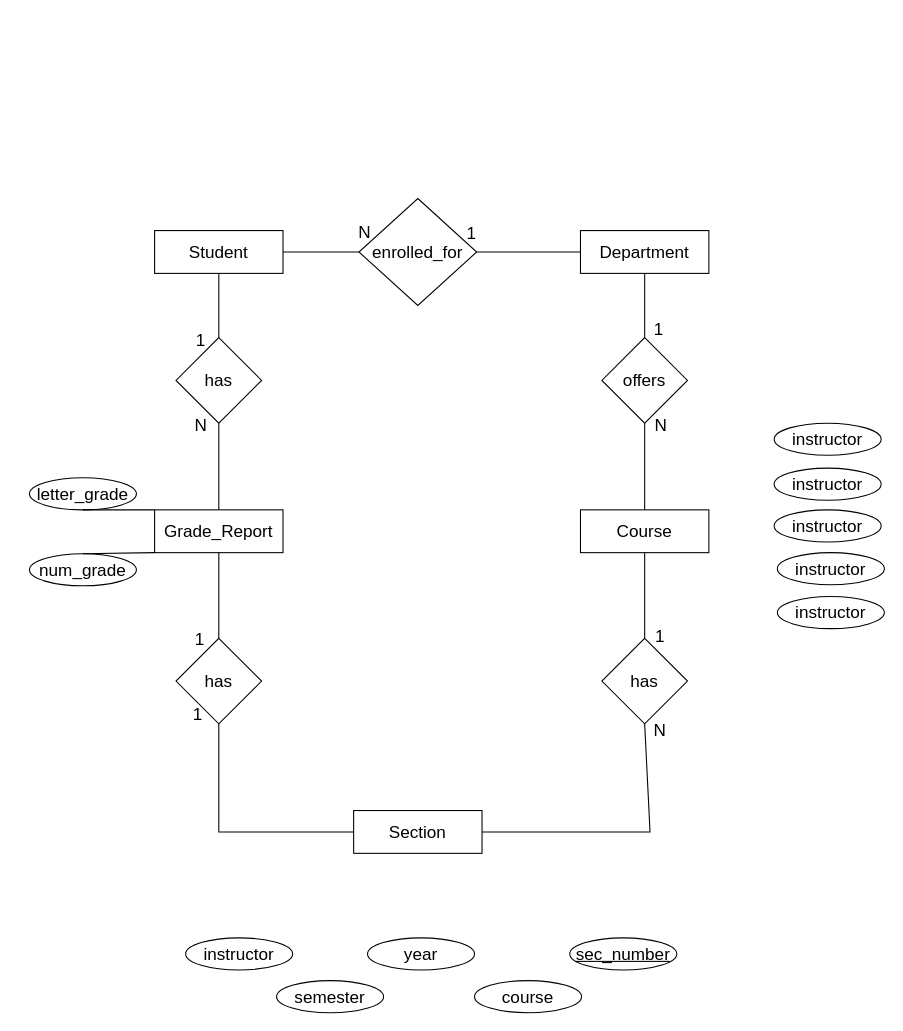
The draw.io diagram Untitled Diagram.drawio in AishwaryaBartakke/rails, before the edit. Source tidied: cells renumbered, new cells numbered last; positions are measured from the earlier drawing's top-left corner, leaving out a move shared by most shapes. Both pictures are drawn from the tidied source at 107%, with x=0, y=0 at pixel (29, 198).
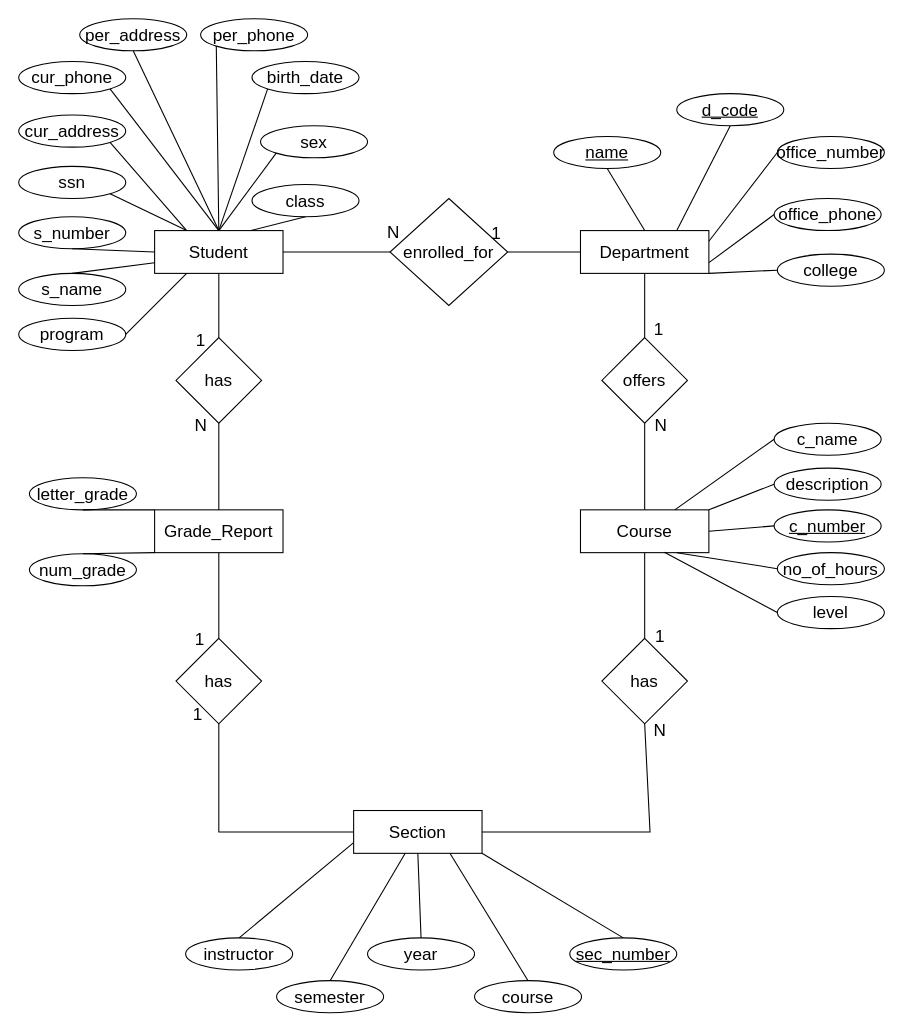
The same page after the edit.

Unchanged cells that the change refers to:
```xml
<mxCell id="3" value="Department" style="rounded=0;whiteSpace=wrap;html=1;fontSize=16;" parent="1" vertex="1">
  <mxGeometry x="515" y="30" width="120" height="40" as="geometry" />
</mxCell>
<mxCell id="5" value="Course" style="rounded=0;whiteSpace=wrap;html=1;fontSize=16;" parent="1" vertex="1">
  <mxGeometry x="515" y="291" width="120" height="40" as="geometry" />
</mxCell>
<mxCell id="6" value="Section" style="rounded=0;whiteSpace=wrap;html=1;fontSize=16;" parent="1" vertex="1">
  <mxGeometry x="303" y="572" width="120" height="40" as="geometry" />
</mxCell>
<mxCell id="9" value="has" style="rhombus;whiteSpace=wrap;html=1;fontSize=16;rounded=0;" parent="1" vertex="1">
  <mxGeometry x="137" y="130" width="80" height="80" as="geometry" />
</mxCell>
<mxCell id="36" value="instructor" style="ellipse;whiteSpace=wrap;html=1;fontSize=16;" parent="1" vertex="1">
  <mxGeometry x="146" y="691" width="100" height="30" as="geometry" />
</mxCell>
<mxCell id="37" value="semester" style="ellipse;whiteSpace=wrap;html=1;fontSize=16;" parent="1" vertex="1">
  <mxGeometry x="231" y="731" width="100" height="30" as="geometry" />
</mxCell>
<mxCell id="38" value="course" style="ellipse;whiteSpace=wrap;html=1;fontSize=16;" parent="1" vertex="1">
  <mxGeometry x="416" y="731" width="100" height="30" as="geometry" />
</mxCell>
<mxCell id="39" value="year" style="ellipse;whiteSpace=wrap;html=1;fontSize=16;" parent="1" vertex="1">
  <mxGeometry x="316" y="691" width="100" height="30" as="geometry" />
</mxCell>
<mxCell id="40" value="&lt;u&gt;sec_number&lt;/u&gt;" style="ellipse;whiteSpace=wrap;html=1;fontSize=16;" parent="1" vertex="1">
  <mxGeometry x="505" y="691" width="100" height="30" as="geometry" />
</mxCell>
```

What changed in the source:
```diff
@@
-    <mxCell id="2" value="Student" style="rounded=0;whiteSpace=wrap;html=1;fontSize=16;" parent="1" vertex="1">
+    <mxCell id="2" value="Student" style="rounded=0;whiteSpace=wrap;html=1;fontSize=16;fontStyle=0;" parent="1" vertex="1">
       <mxGeometry x="117" y="30" width="120" height="40" as="geometry" />
     </mxCell>
@@
     <mxCell id="11" value="enrolled_for" style="rhombus;whiteSpace=wrap;html=1;fontSize=16;rounded=0;" parent="1" vertex="1">
-      <mxGeometry x="308" width="110" height="100" as="geometry" />
+      <mxGeometry x="337" width="110" height="100" as="geometry" />
     </mxCell>
@@
-    <mxCell id="14" style="endArrow=none;html=1;rounded=0;fontSize=16;entryX=0.5;entryY=1;entryDx=0;entryDy=0;exitX=0.5;exitY=0;exitDx=0;exitDy=0;" parent="1" edge="1" source="9" target="2">
+    <mxCell id="14" style="endArrow=none;html=1;rounded=0;fontSize=16;entryX=0.5;entryY=1;entryDx=0;entryDy=0;exitX=0.5;exitY=0;exitDx=0;exitDy=0;fontStyle=0;" parent="1" edge="1" source="9" target="2">
       <mxGeometry relative="1" as="geometry" />
     </mxCell>
@@
     <mxCell id="22" value="1" style="text;html=1;align=center;verticalAlign=middle;strokeColor=none;fillColor=none;fontSize=16;" parent="1" vertex="1">
-      <mxGeometry x="403" y="22" width="20" height="20" as="geometry" />
+      <mxGeometry x="426" y="22" width="20" height="20" as="geometry" />
     </mxCell>
     <mxCell id="23" value="N" style="text;html=1;align=center;verticalAlign=middle;strokeColor=none;fillColor=none;fontSize=16;" parent="1" vertex="1">
-      <mxGeometry x="298" y="21" width="30" height="20" as="geometry" />
+      <mxGeometry x="325" y="21" width="30" height="20" as="geometry" />
     </mxCell>
@@
-    <mxCell id="41" value="instructor" style="ellipse;whiteSpace=wrap;html=1;fontSize=16;" parent="1" vertex="1">
+    <mxCell id="41" value="no_of_hours" style="ellipse;whiteSpace=wrap;html=1;fontSize=16;" parent="1" vertex="1">
       <mxGeometry x="699" y="331" width="100" height="30" as="geometry" />
     </mxCell>
-    <mxCell id="42" value="instructor" style="ellipse;whiteSpace=wrap;html=1;fontSize=16;" parent="1" vertex="1">
+    <mxCell id="42" value="level" style="ellipse;whiteSpace=wrap;html=1;fontSize=16;" parent="1" vertex="1">
       <mxGeometry x="699" y="372" width="100" height="30" as="geometry" />
     </mxCell>
-    <mxCell id="43" value="instructor" style="ellipse;whiteSpace=wrap;html=1;fontSize=16;" parent="1" vertex="1">
+    <mxCell id="43" value="&lt;u&gt;c_number&lt;/u&gt;" style="ellipse;whiteSpace=wrap;html=1;fontSize=16;" parent="1" vertex="1">
       <mxGeometry x="696" y="291" width="100" height="30" as="geometry" />
     </mxCell>
-    <mxCell id="44" value="instructor" style="ellipse;whiteSpace=wrap;html=1;fontSize=16;" parent="1" vertex="1">
+    <mxCell id="44" value="description" style="ellipse;whiteSpace=wrap;html=1;fontSize=16;" parent="1" vertex="1">
       <mxGeometry x="696" y="252" width="100" height="30" as="geometry" />
     </mxCell>
-    <mxCell id="45" value="instructor" style="ellipse;whiteSpace=wrap;html=1;fontSize=16;" parent="1" vertex="1">
+    <mxCell id="45" value="c_name" style="ellipse;whiteSpace=wrap;html=1;fontSize=16;" parent="1" vertex="1">
       <mxGeometry x="696" y="210" width="100" height="30" as="geometry" />
     </mxCell>
+    <mxCell id="46" value="college" style="ellipse;whiteSpace=wrap;html=1;fontSize=16;" parent="1" vertex="1">
+      <mxGeometry x="699" y="52" width="100" height="30" as="geometry" />
+    </mxCell>
+    <mxCell id="47" value="&lt;u&gt;d_code&lt;/u&gt;" style="ellipse;whiteSpace=wrap;html=1;fontSize=16;" parent="1" vertex="1">
+      <mxGeometry x="605" y="-98" width="100" height="30" as="geometry" />
+    </mxCell>
+    <mxCell id="48" value="&lt;u&gt;name&lt;/u&gt;" style="ellipse;whiteSpace=wrap;html=1;fontSize=16;" parent="1" vertex="1">
+      <mxGeometry x="490" y="-58" width="100" height="30" as="geometry" />
+    </mxCell>
+    <mxCell id="49" value="office_number" style="ellipse;whiteSpace=wrap;html=1;fontSize=16;" parent="1" vertex="1">
+      <mxGeometry x="699" y="-58" width="100" height="30" as="geometry" />
+    </mxCell>
+    <mxCell id="50" value="office_phone" style="ellipse;whiteSpace=wrap;html=1;fontSize=16;" parent="1" vertex="1">
+      <mxGeometry x="696" width="100" height="30" as="geometry" />
+    </mxCell>
+    <mxCell id="51" value="s_name" style="ellipse;whiteSpace=wrap;html=1;fontSize=16;fontStyle=0;" parent="1" vertex="1">
+      <mxGeometry x="-10" y="70" width="100" height="30" as="geometry" />
+    </mxCell>
+    <mxCell id="52" value="&lt;span&gt;class&lt;/span&gt;" style="ellipse;whiteSpace=wrap;html=1;fontSize=16;fontStyle=0;" parent="1" vertex="1">
+      <mxGeometry x="208" y="-13" width="100" height="30" as="geometry" />
+    </mxCell>
+    <mxCell id="53" value="&lt;span&gt;per_phone&lt;/span&gt;" style="ellipse;whiteSpace=wrap;html=1;fontSize=16;fontStyle=0;" parent="1" vertex="1">
+      <mxGeometry x="160" y="-168" width="100" height="30" as="geometry" />
+    </mxCell>
+    <mxCell id="54" value="&lt;span&gt;sex&lt;/span&gt;" style="ellipse;whiteSpace=wrap;html=1;fontSize=16;fontStyle=0;" parent="1" vertex="1">
+      <mxGeometry x="216" y="-68" width="100" height="30" as="geometry" />
+    </mxCell>
+    <mxCell id="55" value="&lt;span&gt;birth_date&lt;/span&gt;" style="ellipse;whiteSpace=wrap;html=1;fontSize=16;fontStyle=0;" parent="1" vertex="1">
+      <mxGeometry x="208" y="-128" width="100" height="30" as="geometry" />
+    </mxCell>
+    <mxCell id="56" value="&lt;span&gt;per_address&lt;/span&gt;" style="ellipse;whiteSpace=wrap;html=1;fontSize=16;fontStyle=0;" parent="1" vertex="1">
+      <mxGeometry x="47" y="-168" width="100" height="30" as="geometry" />
+    </mxCell>
+    <mxCell id="57" value="&lt;span&gt;cur_phone&lt;/span&gt;" style="ellipse;whiteSpace=wrap;html=1;fontSize=16;fontStyle=0;" parent="1" vertex="1">
+      <mxGeometry x="-10" y="-128" width="100" height="30" as="geometry" />
+    </mxCell>
+    <mxCell id="58" value="&lt;span&gt;cur_address&lt;/span&gt;" style="ellipse;whiteSpace=wrap;html=1;fontSize=16;fontStyle=0;" parent="1" vertex="1">
+      <mxGeometry x="-10" y="-78" width="100" height="30" as="geometry" />
+    </mxCell>
+    <mxCell id="59" value="&lt;span&gt;ssn&lt;/span&gt;" style="ellipse;whiteSpace=wrap;html=1;fontSize=16;fontStyle=0;" parent="1" vertex="1">
+      <mxGeometry x="-10" y="-30" width="100" height="30" as="geometry" />
+    </mxCell>
+    <mxCell id="60" value="&lt;span&gt;s_number&lt;/span&gt;" style="ellipse;whiteSpace=wrap;html=1;fontSize=16;fontStyle=0;" parent="1" vertex="1">
+      <mxGeometry x="-10" y="17" width="100" height="30" as="geometry" />
+    </mxCell>
+    <mxCell id="61" style="endArrow=none;html=1;rounded=0;fontSize=16;exitX=0;exitY=0.5;exitDx=0;exitDy=0;" parent="1" edge="1" source="45" target="5">
+      <mxGeometry relative="1" as="geometry" />
+    </mxCell>
+    <mxCell id="62" style="endArrow=none;html=1;rounded=0;fontSize=16;entryX=0.5;entryY=1;entryDx=0;entryDy=0;exitX=0.75;exitY=0;exitDx=0;exitDy=0;" parent="1" edge="1" source="3" target="47">
+      <mxGeometry relative="1" as="geometry" />
+    </mxCell>
+    <mxCell id="63" style="endArrow=none;html=1;rounded=0;fontSize=16;entryX=0;entryY=0.5;entryDx=0;entryDy=0;exitX=1;exitY=0.25;exitDx=0;exitDy=0;" parent="1" edge="1" source="3" target="49">
+      <mxGeometry relative="1" as="geometry" />
+    </mxCell>
+    <mxCell id="64" style="endArrow=none;html=1;rounded=0;fontSize=16;entryX=0;entryY=0.5;entryDx=0;entryDy=0;exitX=1;exitY=0.75;exitDx=0;exitDy=0;" parent="1" edge="1" source="3" target="50">
+      <mxGeometry relative="1" as="geometry" />
+    </mxCell>
+    <mxCell id="65" style="endArrow=none;html=1;rounded=0;fontSize=16;entryX=0;entryY=0.5;entryDx=0;entryDy=0;exitX=1;exitY=1;exitDx=0;exitDy=0;" parent="1" edge="1" source="3" target="46">
+      <mxGeometry relative="1" as="geometry" />
+    </mxCell>
+    <mxCell id="66" style="endArrow=none;html=1;rounded=0;fontSize=16;exitX=0.5;exitY=0;exitDx=0;exitDy=0;entryX=1;entryY=1;entryDx=0;entryDy=0;" parent="1" edge="1" source="40" target="6">
+      <mxGeometry relative="1" as="geometry" />
+    </mxCell>
+    <mxCell id="67" style="endArrow=none;html=1;rounded=0;fontSize=16;exitX=0.5;exitY=0;exitDx=0;exitDy=0;entryX=0.75;entryY=1;entryDx=0;entryDy=0;" parent="1" edge="1" source="38" target="6">
+      <mxGeometry relative="1" as="geometry" />
+    </mxCell>
+    <mxCell id="68" style="endArrow=none;html=1;rounded=0;fontSize=16;exitX=0.5;exitY=0;exitDx=0;exitDy=0;entryX=0.5;entryY=1;entryDx=0;entryDy=0;" parent="1" edge="1" source="39" target="6">
+      <mxGeometry relative="1" as="geometry" />
+    </mxCell>
+    <mxCell id="69" style="endArrow=none;html=1;rounded=0;fontSize=16;exitX=0.5;exitY=0;exitDx=0;exitDy=0;" parent="1" edge="1" source="37" target="6">
+      <mxGeometry relative="1" as="geometry" />
+    </mxCell>
+    <mxCell id="70" style="endArrow=none;html=1;rounded=0;fontSize=16;exitX=0.5;exitY=0;exitDx=0;exitDy=0;entryX=0;entryY=0.75;entryDx=0;entryDy=0;" parent="1" edge="1" source="36" target="6">
+      <mxGeometry relative="1" as="geometry" />
+    </mxCell>
+    <mxCell id="71" style="endArrow=none;html=1;rounded=0;fontSize=16;entryX=0;entryY=0.5;entryDx=0;entryDy=0;exitX=1;exitY=0;exitDx=0;exitDy=0;" parent="1" edge="1" source="5" target="44">
+      <mxGeometry relative="1" as="geometry" />
+    </mxCell>
+    <mxCell id="72" style="endArrow=none;html=1;rounded=0;fontSize=16;exitX=1;exitY=0.5;exitDx=0;exitDy=0;entryX=0;entryY=0.5;entryDx=0;entryDy=0;" parent="1" edge="1" source="5" target="43">
+      <mxGeometry relative="1" as="geometry" />
+    </mxCell>
+    <mxCell id="73" style="endArrow=none;html=1;rounded=0;fontSize=16;entryX=0;entryY=0.5;entryDx=0;entryDy=0;exitX=0.75;exitY=1;exitDx=0;exitDy=0;" parent="1" edge="1" source="5" target="41">
+      <mxGeometry relative="1" as="geometry" />
+    </mxCell>
+    <mxCell id="74" style="endArrow=none;html=1;rounded=0;fontSize=16;entryX=0;entryY=0.5;entryDx=0;entryDy=0;exitX=0.653;exitY=0.992;exitDx=0;exitDy=0;exitPerimeter=0;" parent="1" edge="1" source="5" target="42">
+      <mxGeometry relative="1" as="geometry" />
+    </mxCell>
+    <mxCell id="75" style="endArrow=none;html=1;rounded=0;fontSize=16;exitX=0.5;exitY=0;exitDx=0;exitDy=0;entryX=0;entryY=0.75;entryDx=0;entryDy=0;fontStyle=0;" parent="1" edge="1" source="51" target="2">
+      <mxGeometry relative="1" as="geometry" />
+    </mxCell>
+    <mxCell id="76" style="endArrow=none;html=1;rounded=0;fontSize=16;exitX=0.5;exitY=1;exitDx=0;exitDy=0;entryX=0;entryY=0.5;entryDx=0;entryDy=0;fontStyle=0;" parent="1" edge="1" source="60" target="2">
+      <mxGeometry relative="1" as="geometry" />
+    </mxCell>
+    <mxCell id="77" style="endArrow=none;html=1;rounded=0;fontSize=16;exitX=1;exitY=1;exitDx=0;exitDy=0;entryX=0.25;entryY=0;entryDx=0;entryDy=0;fontStyle=0;" parent="1" edge="1" source="59" target="2">
+      <mxGeometry relative="1" as="geometry" />
+    </mxCell>
+    <mxCell id="78" style="endArrow=none;html=1;rounded=0;fontSize=16;exitX=1;exitY=1;exitDx=0;exitDy=0;entryX=0.25;entryY=0;entryDx=0;entryDy=0;fontStyle=0;" parent="1" edge="1" source="58" target="2">
+      <mxGeometry relative="1" as="geometry" />
+    </mxCell>
+    <mxCell id="79" style="endArrow=none;html=1;rounded=0;fontSize=16;entryX=1;entryY=1;entryDx=0;entryDy=0;exitX=0.5;exitY=0;exitDx=0;exitDy=0;fontStyle=0;" parent="1" edge="1" source="2" target="57">
+      <mxGeometry relative="1" as="geometry" />
+    </mxCell>
+    <mxCell id="80" style="endArrow=none;html=1;rounded=0;fontSize=16;entryX=0.5;entryY=1;entryDx=0;entryDy=0;exitX=0.75;exitY=0;exitDx=0;exitDy=0;fontStyle=0;" parent="1" edge="1" source="2" target="52">
+      <mxGeometry relative="1" as="geometry" />
+    </mxCell>
+    <mxCell id="81" style="endArrow=none;html=1;rounded=0;fontSize=16;entryX=0;entryY=1;entryDx=0;entryDy=0;exitX=0.5;exitY=0;exitDx=0;exitDy=0;fontStyle=0;" parent="1" edge="1" source="2" target="54">
+      <mxGeometry relative="1" as="geometry" />
+    </mxCell>
+    <mxCell id="82" style="endArrow=none;html=1;rounded=0;fontSize=16;entryX=0;entryY=1;entryDx=0;entryDy=0;exitX=0.5;exitY=0;exitDx=0;exitDy=0;fontStyle=0;" parent="1" edge="1" source="2" target="55">
+      <mxGeometry relative="1" as="geometry" />
+    </mxCell>
+    <mxCell id="83" style="endArrow=none;html=1;rounded=0;fontSize=16;entryX=0;entryY=1;entryDx=0;entryDy=0;exitX=0.5;exitY=0;exitDx=0;exitDy=0;fontStyle=0;" parent="1" edge="1" source="2" target="53">
+      <mxGeometry relative="1" as="geometry" />
+    </mxCell>
+    <mxCell id="84" style="endArrow=none;html=1;rounded=0;fontSize=16;exitX=0.5;exitY=0;exitDx=0;exitDy=0;entryX=0.5;entryY=1;entryDx=0;entryDy=0;fontStyle=0;" parent="1" edge="1" source="2" target="56">
+      <mxGeometry relative="1" as="geometry" />
+    </mxCell>
+    <mxCell id="85" style="endArrow=none;html=1;rounded=0;fontSize=16;entryX=0.5;entryY=1;entryDx=0;entryDy=0;exitX=0.5;exitY=0;exitDx=0;exitDy=0;" parent="1" edge="1" source="3" target="48">
+      <mxGeometry relative="1" as="geometry" />
+    </mxCell>
+    <mxCell id="86" value="program" style="ellipse;whiteSpace=wrap;html=1;fontSize=16;fontStyle=0;" parent="1" vertex="1">
+      <mxGeometry x="-10" y="112" width="100" height="30" as="geometry" />
+    </mxCell>
+    <mxCell id="87" style="endArrow=none;html=1;rounded=0;fontSize=16;exitX=1;exitY=0.5;exitDx=0;exitDy=0;entryX=0.25;entryY=1;entryDx=0;entryDy=0;" parent="1" edge="1" source="86" target="2">
+      <mxGeometry relative="1" as="geometry" />
+    </mxCell>
```
